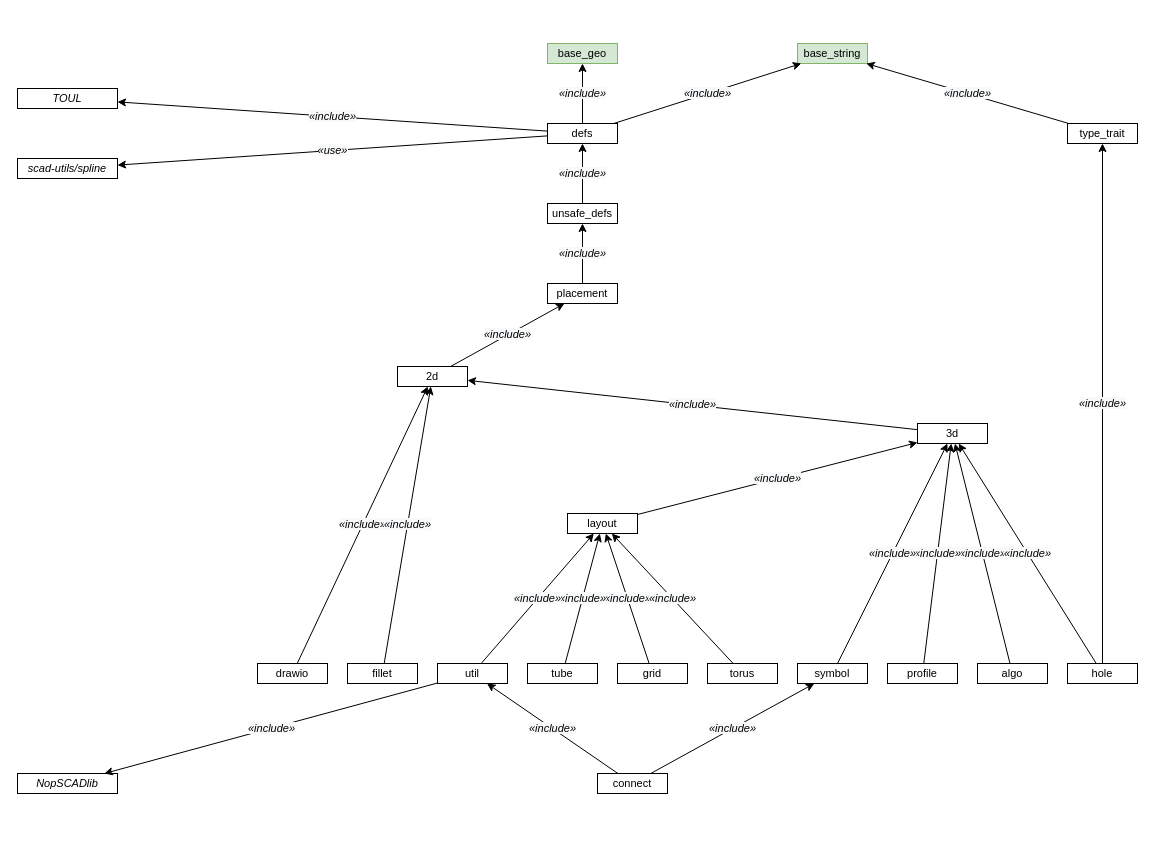
The draw.io diagram page "foundation" (2 of 4) of docs/dep-tree.drawio in ggabbiani/OFL, before the edit. Source tidied: cells renumbered, new cells numbered last; positions are measured from the earlier drawing's top-left corner, leaving out a move shared by most shapes. Both pictures are drawn from the tidied source at 100%, with x=0, y=0 at pixel (17, 43).
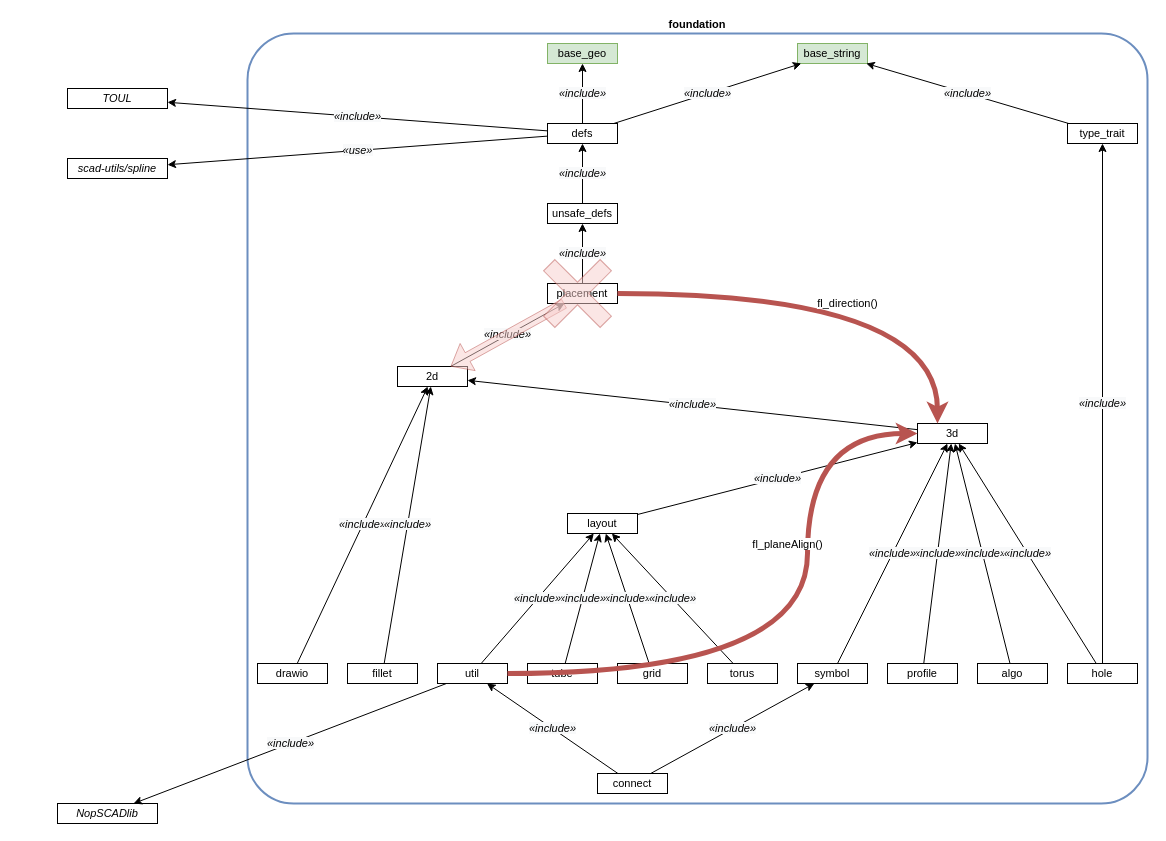
The same diagram, later.

Unchanged cells that the change refers to:
```xml
<mxCell id="11" value="2d" style="rounded=0;whiteSpace=wrap;html=1;fontFamily=Helvetica;fontSize=11;" parent="1" vertex="1">
  <mxGeometry x="380" y="323" width="70" height="20" as="geometry" />
</mxCell>
<mxCell id="12" value="placement" style="rounded=0;whiteSpace=wrap;html=1;fontFamily=Helvetica;fontSize=11;fontStyle=0;" parent="1" vertex="1">
  <mxGeometry x="530" y="240" width="70" height="20" as="geometry" />
</mxCell>
<mxCell id="14" value="3d" style="rounded=0;whiteSpace=wrap;html=1;fontFamily=Helvetica;fontSize=11;" parent="1" vertex="1">
  <mxGeometry x="900" y="380" width="70" height="20" as="geometry" />
</mxCell>
<mxCell id="20" value="util" style="rounded=0;whiteSpace=wrap;html=1;fontFamily=Helvetica;fontSize=11;" parent="1" vertex="1">
  <mxGeometry x="420" y="620" width="70" height="20" as="geometry" />
</mxCell>
```

The edit, as a diff of the source:
```diff
@@
+    <mxCell id="49" value="foundation" style="rounded=1;whiteSpace=wrap;html=1;fontFamily=Helvetica;fontSize=11;strokeColor=#6c8ebf;fillColor=none;strokeWidth=2;labelPosition=center;verticalLabelPosition=top;align=center;verticalAlign=bottom;fontStyle=1;arcSize=6;" parent="1" vertex="1">
+      <mxGeometry x="230" y="-10" width="900" height="770" as="geometry" />
+    </mxCell>
@@
     <mxCell id="4" value="&lt;div style=&quot;line-height: 19px; font-size: 11px;&quot;&gt;&lt;span style=&quot;background-color: rgb(255, 255, 255); font-size: 11px;&quot;&gt;&lt;font style=&quot;font-size: 11px;&quot;&gt;TOUL&lt;/font&gt;&lt;/span&gt;&lt;/div&gt;" style="rounded=0;whiteSpace=wrap;html=1;fontFamily=Helvetica;fontSize=11;fontStyle=2;" parent="1" vertex="1">
-      <mxGeometry y="45" width="100" height="20" as="geometry" />
+      <mxGeometry x="50" y="45" width="100" height="20" as="geometry" />
     </mxCell>
     <mxCell id="5" value="&lt;div style=&quot;line-height: 19px; font-size: 11px;&quot;&gt;&lt;div style=&quot;font-size: 11px; line-height: 19px;&quot;&gt;&lt;span style=&quot;background-color: rgb(255, 255, 255); font-size: 11px;&quot;&gt;scad-utils/spline&lt;/span&gt;&lt;/div&gt;&lt;/div&gt;" style="rounded=0;whiteSpace=wrap;html=1;fontFamily=Helvetica;fontSize=11;fontStyle=2;" parent="1" vertex="1">
-      <mxGeometry y="115" width="100" height="20" as="geometry" />
+      <mxGeometry x="50" y="115" width="100" height="20" as="geometry" />
     </mxCell>
@@
     <mxCell id="47" value="&lt;div style=&quot;line-height: 19px ; font-size: 11px&quot;&gt;&lt;span style=&quot;background-color: rgb(255 , 255 , 255) ; font-size: 11px&quot;&gt;&lt;font style=&quot;font-size: 11px&quot;&gt;NopSCADlib&lt;/font&gt;&lt;/span&gt;&lt;/div&gt;" style="rounded=0;whiteSpace=wrap;html=1;fontFamily=Helvetica;fontSize=11;fontStyle=2;" parent="1" vertex="1">
-      <mxGeometry y="730" width="100" height="20" as="geometry" />
+      <mxGeometry x="40" y="760" width="100" height="20" as="geometry" />
     </mxCell>
@@
+    <mxCell id="50" style="shape=flexArrow;endArrow=classic;html=1;labelBackgroundColor=none;fontFamily=Helvetica;fontSize=11;fillColor=#f8cecc;strokeColor=#b85450;opacity=50;" parent="1" edge="1" source="12" target="11">
+      <mxGeometry relative="1" as="geometry" />
+    </mxCell>
+    <mxCell id="51" style="shape=cross;whiteSpace=wrap;html=1;fontFamily=Helvetica;fontSize=11;strokeWidth=1;fillColor=#f8cecc;align=center;verticalAlign=middle;rotation=45;strokeColor=#b85450;opacity=50;" parent="1" vertex="1">
+      <mxGeometry x="520" y="210" width="80" height="80" as="geometry" />
+    </mxCell>
+    <mxCell id="52" value="&lt;p style=&quot;margin: 0px&quot;&gt;&lt;span style=&quot;background-color: rgb(255 , 255 , 255)&quot;&gt;fl_planeAlign()&lt;/span&gt;&lt;/p&gt;" style="edgeStyle=orthogonalEdgeStyle;rounded=0;jettySize=auto;html=1;labelBackgroundColor=none;fontFamily=Helvetica;fontSize=11;startArrow=none;startFill=0;endArrow=classic;endFill=1;curved=1;strokeWidth=5;fillColor=#f8cecc;strokeColor=#b85450;horizontal=1;" parent="1" edge="1" source="20" target="14">
+      <mxGeometry x="0.32" y="20" relative="1" as="geometry">
+        <Array as="points">
+          <mxPoint x="790" y="630" />
+          <mxPoint x="790" y="390" />
+        </Array>
+      </mxGeometry>
+    </mxCell>
+    <mxCell id="53" value="&lt;p style=&quot;margin: 0px&quot;&gt;&lt;span style=&quot;background-color: rgb(255 , 255 , 255)&quot;&gt;fl_direction()&lt;/span&gt;&lt;/p&gt;" style="edgeStyle=orthogonalEdgeStyle;rounded=0;jettySize=auto;html=1;labelBackgroundColor=none;fontFamily=Helvetica;fontSize=11;startArrow=none;startFill=0;endArrow=classic;endFill=1;curved=1;strokeWidth=5;fillColor=#f8cecc;strokeColor=#b85450;horizontal=1;" parent="1" edge="1" source="12" target="14">
+      <mxGeometry x="0.02" y="-10" relative="1" as="geometry">
+        <Array as="points">
+          <mxPoint x="920" y="250" />
+        </Array>
+      </mxGeometry>
+    </mxCell>
```
